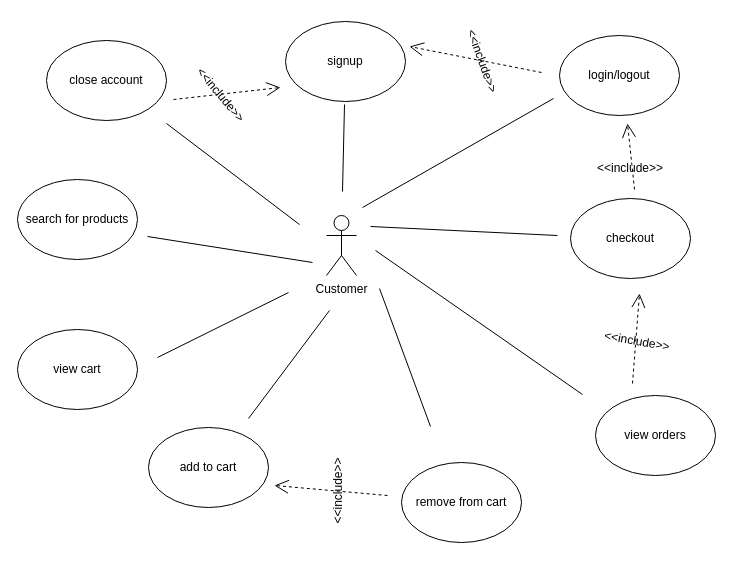
Earlier version of the draw.io diagram Chibuzo's Snacks/oopEstore/UML Diagram/Estore use case diagram.drawio (Orisakwe-Nwokocha/SemicolonJava). Source tidied: cells renumbered, new cells numbered last; positions are measured from the earlier drawing's top-left corner, leaving out a move shared by most shapes. Both pictures are drawn from the tidied source at 100%, with x=0, y=0 at pixel (17, 21).
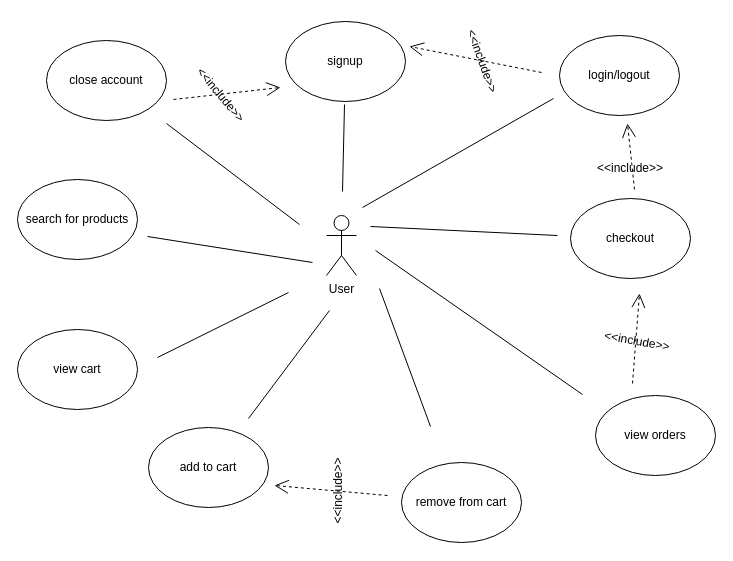
After the change.

The edit, as a diff of the source:
```diff
@@
-    <mxCell id="2" value="Customer" style="shape=umlActor;verticalLabelPosition=bottom;verticalAlign=top;html=1;" parent="1" vertex="1">
+    <mxCell id="2" value="User" style="shape=umlActor;verticalLabelPosition=bottom;verticalAlign=top;html=1;" parent="1" vertex="1">
       <mxGeometry x="309" y="194" width="30" height="60" as="geometry" />
     </mxCell>
```
